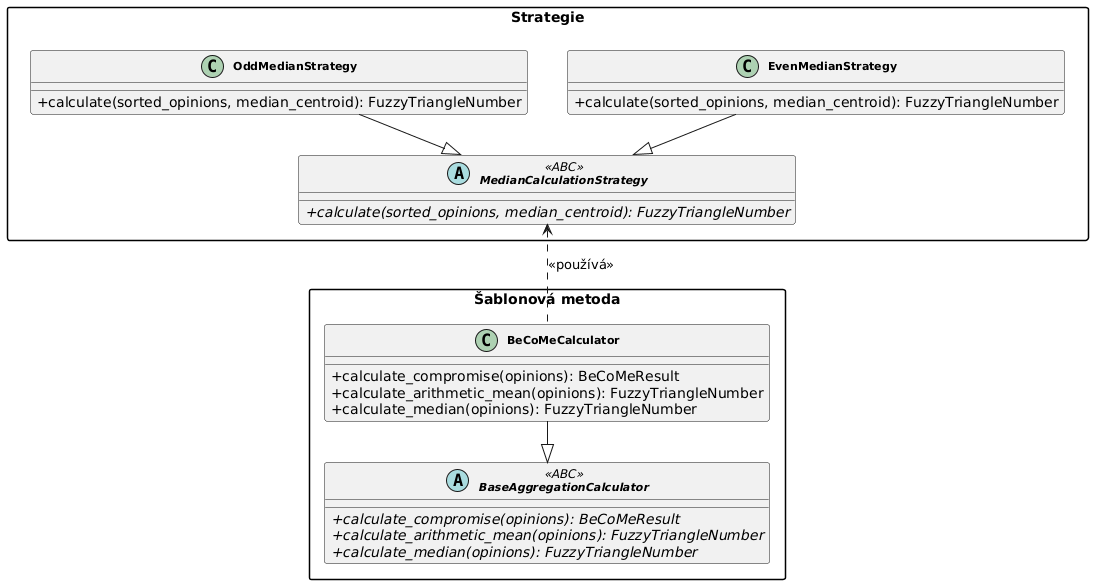
The PlantUML diagram docs/uml-diagrams/cs/diagrams/png/class-diagram-patterns.png in caitlon/BeCoMe, before a commit. The source it was exported from:
```plantuml
@startuml
skinparam classAttributeIconSize 0
skinparam classFontSize 11
skinparam classFontStyle bold
skinparam backgroundColor #FFFFFF
skinparam shadowing false
skinparam packageStyle rectangle
skinparam nodesep 40
skinparam ranksep 40



package "Strategie" {
    together {
        class OddMedianStrategy {
            + calculate(sorted_opinions, median_centroid): FuzzyTriangleNumber
        }

        class EvenMedianStrategy {
            + calculate(sorted_opinions, median_centroid): FuzzyTriangleNumber
        }
    }

    abstract class MedianCalculationStrategy <<ABC>> {
        + {abstract} calculate(sorted_opinions, median_centroid): FuzzyTriangleNumber
    }

    OddMedianStrategy --|> MedianCalculationStrategy
    EvenMedianStrategy --|> MedianCalculationStrategy
}


package "Šablonová metoda" {
    abstract class BaseAggregationCalculator <<ABC>> {
        + {abstract} calculate_compromise(opinions): BeCoMeResult
        + {abstract} calculate_arithmetic_mean(opinions): FuzzyTriangleNumber
        + {abstract} calculate_median(opinions): FuzzyTriangleNumber
    }

    class BeCoMeCalculator {
        + calculate_compromise(opinions): BeCoMeResult
        + calculate_arithmetic_mean(opinions): FuzzyTriangleNumber
        + calculate_median(opinions): FuzzyTriangleNumber
    }

    BeCoMeCalculator --|> BaseAggregationCalculator
}

MedianCalculationStrategy <.down. BeCoMeCalculator : <<používá>>
@enduml
```
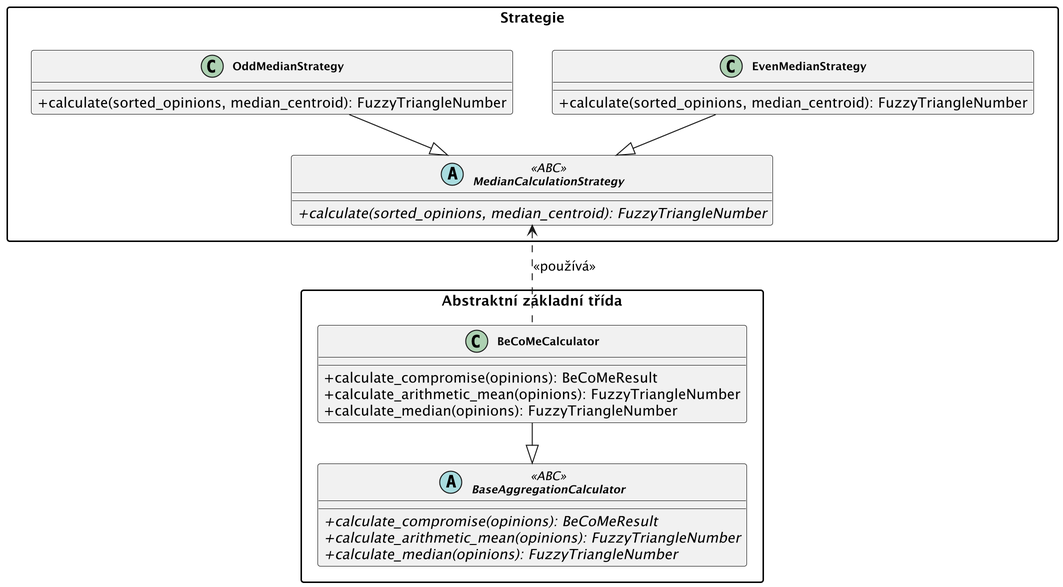
After the commit.

Diff of the diagram source:
```diff
@@ -1,4 +1,6 @@
-@startuml
+@startuml BeCoMe-Architecture-Patterns
+scale 2
+
 skinparam classAttributeIconSize 0
 skinparam classFontSize 11
 skinparam classFontStyle bold
@@ -30,7 +32,7 @@
 }
 
 
-package "Šablonová metoda" {
+package "Abstraktní základní třída" {
     abstract class BaseAggregationCalculator <<ABC>> {
         + {abstract} calculate_compromise(opinions): BeCoMeResult
         + {abstract} calculate_arithmetic_mean(opinions): FuzzyTriangleNumber
@@ -47,4 +49,5 @@
 }
 
 MedianCalculationStrategy <.down. BeCoMeCalculator : <<používá>>
+
 @enduml
```
